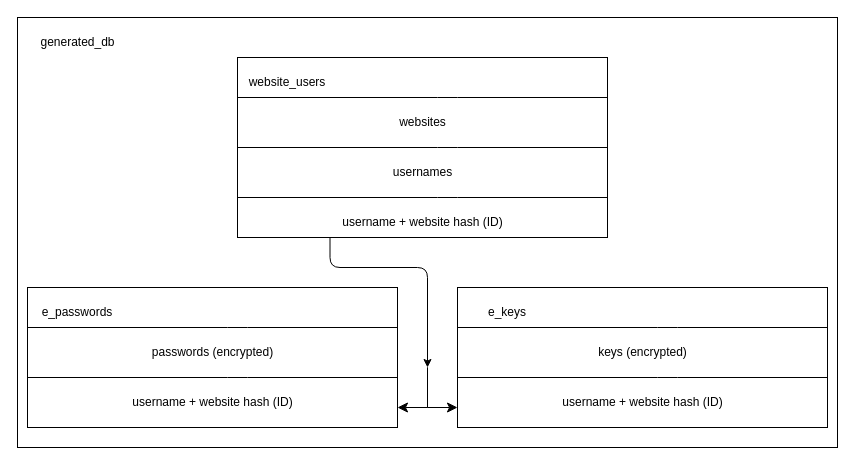
Earlier version of the draw.io diagram PasswordDatabase/src/main/java/com/password_db/databases/generated_db.drawio (nicholascabrera/Password-Database). Source tidied: cells renumbered, new cells numbered last; positions are measured from the earlier drawing's top-left corner, leaving out a move shared by most shapes. Both pictures are drawn from the tidied source at 100%, with x=0, y=0 at pixel (17, 17).
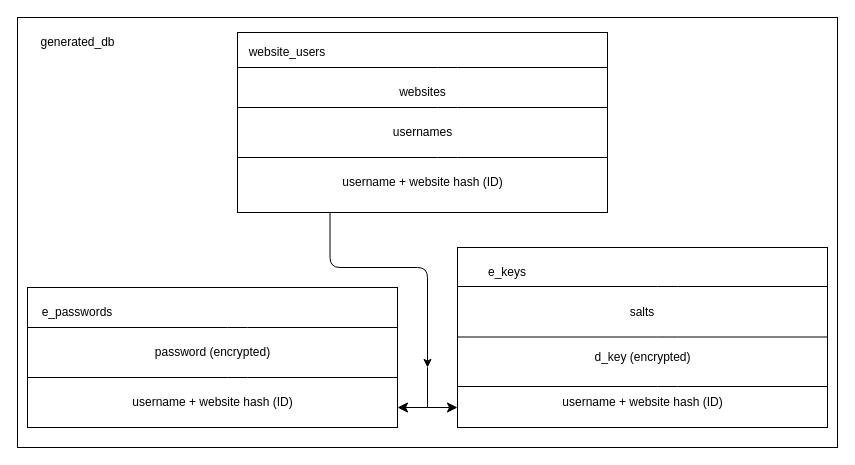
The same diagram, later.

The edit, as a diff of the source:
```diff
@@
     <mxCell id="4" style="rounded=0;whiteSpace=wrap;html=1;" parent="1" vertex="1">
-      <mxGeometry x="220" y="40" width="370" height="180" as="geometry" />
+      <mxGeometry x="220" y="15" width="370" height="180" as="geometry" />
     </mxCell>
     <mxCell id="5" style="endArrow=none;html=1;" parent="1" edge="1">
       <mxGeometry relative="1" as="geometry">
-        <mxPoint x="220" y="130" as="sourcePoint" />
-        <mxPoint x="590" y="130" as="targetPoint" />
+        <mxPoint x="220" y="90" as="sourcePoint" />
+        <mxPoint x="590" y="90" as="targetPoint" />
         <Array as="points">
-          <mxPoint x="430" y="130" />
+          <mxPoint x="430" y="90" />
         </Array>
       </mxGeometry>
     </mxCell>
     <mxCell id="6" value="usernames" style="text;html=1;align=center;verticalAlign=middle;strokeColor=none;fillColor=none;" parent="1" vertex="1">
-      <mxGeometry x="365" y="140" width="80" height="30" as="geometry" />
+      <mxGeometry x="365" y="100" width="80" height="30" as="geometry" />
     </mxCell>
     <mxCell id="7" style="endArrow=none;html=1;" parent="1" edge="1">
       <mxGeometry relative="1" as="geometry">
-        <mxPoint x="220" y="80" as="sourcePoint" />
-        <mxPoint x="590" y="80" as="targetPoint" />
+        <mxPoint x="220" y="50" as="sourcePoint" />
+        <mxPoint x="590" y="50" as="targetPoint" />
         <Array as="points">
-          <mxPoint x="430" y="80" />
+          <mxPoint x="430" y="50" />
         </Array>
       </mxGeometry>
     </mxCell>
     <mxCell id="8" value="website_users" style="text;html=1;strokeColor=none;fillColor=none;align=center;verticalAlign=middle;whiteSpace=wrap;rounded=0;" parent="1" vertex="1">
-      <mxGeometry x="240" y="50" width="60" height="30" as="geometry" />
+      <mxGeometry x="240" y="20" width="60" height="30" as="geometry" />
     </mxCell>
     <mxCell id="9" style="endArrow=none;html=1;" parent="1" edge="1">
       <mxGeometry relative="1" as="geometry">
-        <mxPoint x="220" y="180" as="sourcePoint" />
-        <mxPoint x="590" y="180" as="targetPoint" />
+        <mxPoint x="220" y="140" as="sourcePoint" />
+        <mxPoint x="590" y="140" as="targetPoint" />
         <Array as="points">
-          <mxPoint x="430" y="180" />
+          <mxPoint x="430" y="140" />
         </Array>
       </mxGeometry>
     </mxCell>
     <mxCell id="10" value="websites" style="text;html=1;align=center;verticalAlign=middle;strokeColor=none;fillColor=none;" parent="1" vertex="1">
-      <mxGeometry x="370" y="90" width="70" height="30" as="geometry" />
+      <mxGeometry x="370" y="60" width="70" height="30" as="geometry" />
     </mxCell>
     <mxCell id="11" value="username + website hash (ID)" style="text;html=1;align=center;verticalAlign=middle;strokeColor=none;fillColor=none;" parent="1" vertex="1">
-      <mxGeometry x="315" y="190" width="180" height="30" as="geometry" />
+      <mxGeometry x="315" y="150" width="180" height="30" as="geometry" />
     </mxCell>
@@
-    <mxCell id="16" value="passwords (encrypted)" style="text;html=1;align=center;verticalAlign=middle;strokeColor=none;fillColor=none;" parent="1" vertex="1">
+    <mxCell id="16" value="password (encrypted)" style="text;html=1;align=center;verticalAlign=middle;strokeColor=none;fillColor=none;" parent="1" vertex="1">
       <mxGeometry x="125" y="320" width="140" height="30" as="geometry" />
     </mxCell>
@@
     <mxCell id="18" style="rounded=0;whiteSpace=wrap;html=1;" parent="1" vertex="1">
-      <mxGeometry x="440" y="270" width="370" height="140" as="geometry" />
+      <mxGeometry x="440" y="230" width="370" height="180" as="geometry" />
     </mxCell>
     <mxCell id="19" style="endArrow=none;html=1;" parent="1" edge="1">
       <mxGeometry relative="1" as="geometry">
-        <mxPoint x="440" y="360" as="sourcePoint" />
-        <mxPoint x="810" y="360" as="targetPoint" />
+        <mxPoint x="440" y="369" as="sourcePoint" />
+        <mxPoint x="810" y="369" as="targetPoint" />
         <Array as="points">
-          <mxPoint x="650" y="360" />
+          <mxPoint x="650" y="369" />
         </Array>
       </mxGeometry>
     </mxCell>
     <mxCell id="20" style="endArrow=none;html=1;" parent="1" edge="1">
       <mxGeometry relative="1" as="geometry">
-        <mxPoint x="440" y="310" as="sourcePoint" />
-        <mxPoint x="810" y="310" as="targetPoint" />
+        <mxPoint x="440" y="319.5" as="sourcePoint" />
+        <mxPoint x="810" y="319.5" as="targetPoint" />
         <Array as="points">
-          <mxPoint x="650" y="310" />
+          <mxPoint x="650" y="319.5" />
         </Array>
       </mxGeometry>
     </mxCell>
     <mxCell id="21" value="e_keys" style="text;html=1;strokeColor=none;fillColor=none;align=center;verticalAlign=middle;whiteSpace=wrap;rounded=0;" parent="1" vertex="1">
-      <mxGeometry x="460" y="280" width="60" height="30" as="geometry" />
+      <mxGeometry x="460" y="240" width="60" height="30" as="geometry" />
     </mxCell>
-    <mxCell id="22" value="keys (encrypted)" style="text;html=1;align=center;verticalAlign=middle;strokeColor=none;fillColor=none;" parent="1" vertex="1">
-      <mxGeometry x="570" y="320" width="110" height="30" as="geometry" />
+    <mxCell id="22" value="d_key (encrypted)" style="text;html=1;align=center;verticalAlign=middle;strokeColor=none;fillColor=none;" parent="1" vertex="1">
+      <mxGeometry x="565" y="325" width="120" height="30" as="geometry" />
     </mxCell>
@@
+    <mxCell id="27" style="endArrow=none;html=1;" parent="1" edge="1">
+      <mxGeometry relative="1" as="geometry">
+        <mxPoint x="440" y="269" as="sourcePoint" />
+        <mxPoint x="810" y="269" as="targetPoint" />
+        <Array as="points">
+          <mxPoint x="650" y="269" />
+        </Array>
+      </mxGeometry>
+    </mxCell>
+    <mxCell id="28" value="salts" style="text;html=1;strokeColor=none;fillColor=none;align=center;verticalAlign=middle;whiteSpace=wrap;rounded=0;" parent="1" vertex="1">
+      <mxGeometry x="595" y="280" width="60" height="30" as="geometry" />
+    </mxCell>
```
